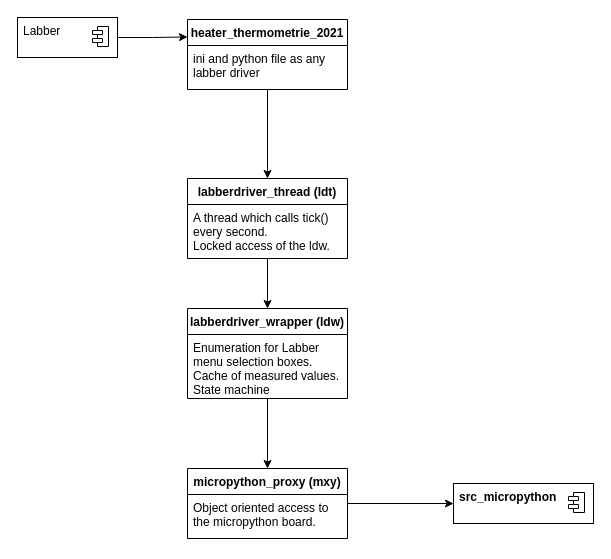
Before: doc_design/design_components.drawio in nanophysics/heater_thermometrie_2021, a draw.io diagram. Source tidied: cells renumbered, new cells numbered last; positions are measured from the earlier drawing's top-left corner, leaving out a move shared by most shapes. Both pictures are drawn from the tidied source at 100%, with x=0, y=0 at pixel (17, 17).
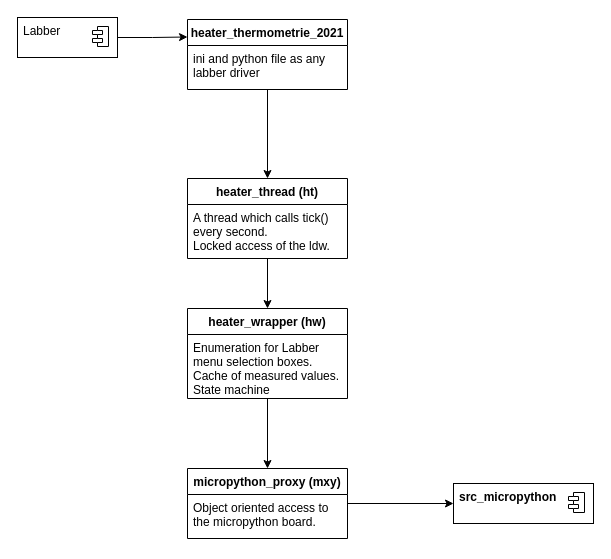
Above is the later version.

Change to the diagram source:
```diff
@@
-    <mxCell id="3" value="labberdriver_wrapper (ldw)" style="swimlane;fontStyle=1;align=center;verticalAlign=top;horizontal=1;startSize=26;" parent="1" vertex="1">
+    <mxCell id="3" value="heater_wrapper (hw)" style="swimlane;fontStyle=1;align=center;verticalAlign=top;horizontal=1;startSize=26;" parent="1" vertex="1">
       <mxGeometry x="170" y="291" width="160" height="90" as="geometry" />
     </mxCell>
@@
-    <mxCell id="6" value="labberdriver_thread (ldt)" style="swimlane;fontStyle=1;align=center;verticalAlign=top;horizontal=1;startSize=26;" parent="1" vertex="1">
+    <mxCell id="6" value="heater_thread (ht)" style="swimlane;fontStyle=1;align=center;verticalAlign=top;horizontal=1;startSize=26;" parent="1" vertex="1">
       <mxGeometry x="170" y="161" width="160" height="80" as="geometry" />
     </mxCell>
```
